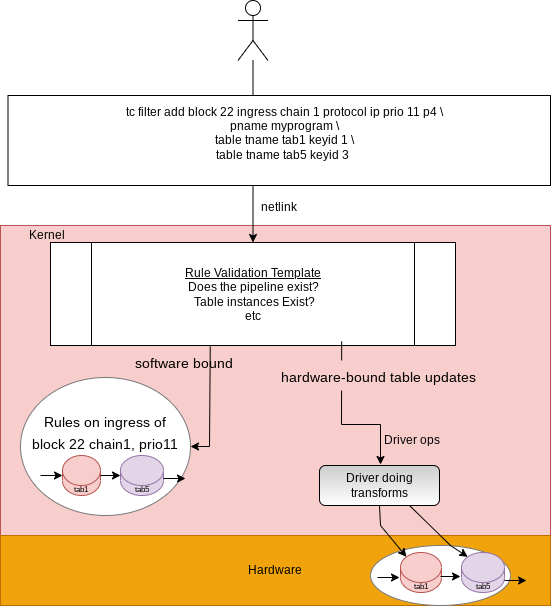
Above: images/why-p4tc/p4tc-runtime-pipeline.png in p4tc-dev/docs (draw.io), before the change. Source tidied: cells renumbered, new cells last; positions are measured from the earlier drawing's top-left corner, leaving out a move shared by most shapes. The source it was exported from:
```xml
<mxGraphModel>
  <root>
    <mxCell id="0" />
    <mxCell id="1" parent="0" />
    <mxCell id="2" style="rounded=0;whiteSpace=wrap;html=1;strokeColor=#b85450;fillColor=#f8cecc;" parent="1" vertex="1">
      <mxGeometry y="225" width="550" height="310" as="geometry" />
    </mxCell>
    <mxCell id="3" style="edgeStyle=orthogonalEdgeStyle;rounded=0;jettySize=auto;html=1;entryX=0.5;entryY=0;entryDx=0;entryDy=0;" parent="1" edge="1" source="4" target="5">
      <mxGeometry relative="1" as="geometry">
        <Array as="points">
          <mxPoint x="253" y="30" />
          <mxPoint x="253" y="151" />
        </Array>
      </mxGeometry>
    </mxCell>
    <mxCell id="4" style="shape=umlActor;verticalLabelPosition=bottom;verticalAlign=top;html=1;outlineConnect=0;" parent="1" vertex="1">
      <mxGeometry x="237.5" width="30" height="60" as="geometry" />
    </mxCell>
    <mxCell id="5" value="&lt;u&gt;Rule Validation Template&lt;br&gt;&lt;/u&gt;Does the pipeline exist?&lt;br&gt;&amp;nbsp;Table instances Exist?&lt;br&gt;etc" style="shape=process;whiteSpace=wrap;html=1;backgroundOutline=1;" parent="1" vertex="1">
      <mxGeometry x="50" y="242" width="405" height="103" as="geometry" />
    </mxCell>
    <mxCell id="6" value="&lt;div&gt;&amp;nbsp; &amp;nbsp;tc filter add block 22 ingress chain 1 protocol ip prio 11 p4 \&lt;/div&gt;&lt;div&gt;&amp;nbsp; &amp;nbsp;pname myprogram \&lt;/div&gt;&lt;div&gt;&amp;nbsp; &amp;nbsp;table tname tab1 keyid 1 \&lt;/div&gt;&lt;div&gt;&amp;nbsp; &amp;nbsp;table tname tab5 keyid 3&amp;nbsp;&lt;/div&gt;&lt;div&gt;&lt;br&gt;&lt;/div&gt;" style="text;html=1;strokeColor=default;fillColor=default;align=center;verticalAlign=middle;whiteSpace=wrap;rounded=0;" parent="1" vertex="1">
      <mxGeometry x="7.5" y="95" width="542.5" height="90" as="geometry" />
    </mxCell>
    <mxCell id="7" style="rounded=0;jettySize=auto;html=1;entryX=0.5;entryY=0;entryDx=0;entryDy=0;exitX=0.719;exitY=0.961;exitDx=0;exitDy=0;exitPerimeter=0;" parent="1" edge="1" source="5">
      <mxGeometry relative="1" as="geometry">
        <mxPoint x="380" y="464" as="targetPoint" />
        <Array as="points">
          <mxPoint x="341" y="424" />
          <mxPoint x="380" y="424" />
        </Array>
      </mxGeometry>
    </mxCell>
    <mxCell id="8" value="Driver doing&lt;br&gt;transforms" style="rounded=1;whiteSpace=wrap;html=1;strokeColor=default;fillColor=#CCCCCC;gradientColor=#ffffff;" parent="1" vertex="1">
      <mxGeometry x="319" y="465" width="120" height="40" as="geometry" />
    </mxCell>
    <mxCell id="9" value="netlink" style="text;html=1;align=center;verticalAlign=middle;strokeColor=none;fillColor=none;" parent="1" vertex="1">
      <mxGeometry x="253" y="197" width="50" height="20" as="geometry" />
    </mxCell>
    <mxCell id="10" value="Kernel" style="text;html=1;align=center;verticalAlign=middle;strokeColor=none;fillColor=none;" parent="1" vertex="1">
      <mxGeometry x="21" y="225" width="50" height="20" as="geometry" />
    </mxCell>
    <mxCell id="11" value="Hardware" style="rounded=0;whiteSpace=wrap;html=1;strokeColor=#BD7000;fillColor=#f0a30a;fontColor=#000000;" parent="1" vertex="1">
      <mxGeometry y="535" width="550" height="70" as="geometry" />
    </mxCell>
    <mxCell id="12" value="Driver ops&lt;span style=&quot;color: rgba(0 , 0 , 0 , 0) ; font-family: monospace ; font-size: 0px&quot;&gt;%3CmxGraphModel%3E%3Croot%3E%3CmxCell%20id%3D%220%22%2F%3E%3CmxCell%20id%3D%221%22%20parent%3D%220%22%2F%3E%3CmxCell%20id%3D%222%22%20value%3D%22%22%20style%3D%22rounded%3D0%3BwhiteSpace%3Dwrap%3Bhtml%3D1%3BstrokeColor%3D%23b85450%3BfillColor%3D%23f8cecc%3B%22%20vertex%3D%221%22%20parent%3D%221%22%3E%3CmxGeometry%20x%3D%22-380%22%20y%3D%22310%22%20width%3D%22300%22%20height%3D%22290%22%20as%3D%22geometry%22%2F%3E%3C%2FmxCell%3E%3C%2Froot%3E%3C%2FmxGraphModel%3E&lt;/span&gt;" style="text;html=1;strokeColor=none;fillColor=none;align=center;verticalAlign=middle;whiteSpace=wrap;rounded=0;" parent="1" vertex="1">
      <mxGeometry x="382" y="425" width="60" height="30" as="geometry" />
    </mxCell>
    <mxCell id="13" value="&lt;font style=&quot;font-size: 14px&quot;&gt;hardware-bound table updates&amp;nbsp;&lt;/font&gt;" style="text;html=1;strokeColor=none;fillColor=#f8cecc;align=center;verticalAlign=middle;whiteSpace=wrap;rounded=0;fontSize=18;" parent="1" vertex="1">
      <mxGeometry x="270" y="360" width="220" height="30" as="geometry" />
    </mxCell>
    <mxCell id="14" value="&lt;font style=&quot;font-size: 14px&quot;&gt;software bound&lt;/font&gt;" style="text;html=1;strokeColor=none;fillColor=#f8cecc;align=center;verticalAlign=middle;whiteSpace=wrap;rounded=0;fontSize=18;" parent="1" vertex="1">
      <mxGeometry x="131" y="346" width="105" height="30" as="geometry" />
    </mxCell>
    <mxCell id="15" style="ellipse;whiteSpace=wrap;html=1;labelBackgroundColor=#FF3333;fontSize=48;strokeColor=#787878;" parent="1" vertex="1">
      <mxGeometry x="20" y="377" width="170" height="138" as="geometry" />
    </mxCell>
    <mxCell id="16" style="endArrow=classic;html=1;rounded=0;fontSize=48;exitX=0.75;exitY=0;exitDx=0;exitDy=0;entryX=1;entryY=0.5;entryDx=0;entryDy=0;" parent="1" edge="1" source="14" target="15">
      <mxGeometry relative="1" as="geometry">
        <Array as="points">
          <mxPoint x="209" y="446" />
        </Array>
      </mxGeometry>
    </mxCell>
    <mxCell id="17" value="&lt;font style=&quot;font-size: 14px&quot;&gt;Rules on ingress of block 22 chain1, prio11&lt;/font&gt;" style="text;html=1;strokeColor=none;fillColor=none;align=center;verticalAlign=middle;whiteSpace=wrap;rounded=0;labelBackgroundColor=none;fontSize=18;fontColor=default;" parent="1" vertex="1">
      <mxGeometry x="30" y="416" width="150" height="30" as="geometry" />
    </mxCell>
    <mxCell id="18" style="ellipse;whiteSpace=wrap;html=1;labelBackgroundColor=#FF3333;fontSize=48;strokeColor=#787878;" parent="1" vertex="1">
      <mxGeometry x="370" y="545" width="140" height="60" as="geometry" />
    </mxCell>
    <mxCell id="19" value="&lt;font style=&quot;font-size: 8px&quot;&gt;tab1&lt;/font&gt;" style="shape=cylinder3;whiteSpace=wrap;html=1;boundedLbl=1;backgroundOutline=1;size=15;fillColor=#f8cecc;strokeColor=#b85450;" parent="1" vertex="1">
      <mxGeometry x="62" y="455" width="38" height="40" as="geometry" />
    </mxCell>
    <mxCell id="20" style="rounded=0;jettySize=auto;html=1;entryX=0;entryY=0.5;entryDx=0;entryDy=0;entryPerimeter=0;" parent="1" edge="1" target="19">
      <mxGeometry relative="1" as="geometry">
        <mxPoint x="40" y="475" as="sourcePoint" />
      </mxGeometry>
    </mxCell>
    <mxCell id="21" value="&lt;font style=&quot;font-size: 8px&quot;&gt;tab5&lt;/font&gt;" style="shape=cylinder3;whiteSpace=wrap;html=1;boundedLbl=1;backgroundOutline=1;size=15;fillColor=#e1d5e7;strokeColor=#9673a6;" parent="1" vertex="1">
      <mxGeometry x="120" y="455" width="43" height="40" as="geometry" />
    </mxCell>
    <mxCell id="22" style="rounded=0;jettySize=auto;html=1;exitX=1;exitY=0.5;exitDx=0;exitDy=0;exitPerimeter=0;entryX=0;entryY=0.5;entryDx=0;entryDy=0;entryPerimeter=0;" parent="1" edge="1" source="19" target="21">
      <mxGeometry relative="1" as="geometry" />
    </mxCell>
    <mxCell id="23" value="&lt;font style=&quot;font-size: 8px&quot;&gt;tab1&lt;/font&gt;" style="shape=cylinder3;whiteSpace=wrap;html=1;boundedLbl=1;backgroundOutline=1;size=15;fillColor=#f8cecc;strokeColor=#b85450;" parent="1" vertex="1">
      <mxGeometry x="400" y="552" width="41" height="40" as="geometry" />
    </mxCell>
    <mxCell id="24" value="&lt;font style=&quot;font-size: 8px&quot;&gt;tab5&lt;/font&gt;" style="shape=cylinder3;whiteSpace=wrap;html=1;boundedLbl=1;backgroundOutline=1;size=15;fillColor=#e1d5e7;strokeColor=#9673a6;" parent="1" vertex="1">
      <mxGeometry x="461" y="552" width="43" height="40" as="geometry" />
    </mxCell>
    <mxCell id="25" style="rounded=0;orthogonalLoop=1;jettySize=auto;html=1;exitX=1;exitY=0.5;exitDx=0;exitDy=0;exitPerimeter=0;" parent="1" edge="1">
      <mxGeometry relative="1" as="geometry">
        <mxPoint x="440" y="576" as="sourcePoint" />
        <mxPoint x="460" y="576" as="targetPoint" />
      </mxGeometry>
    </mxCell>
    <mxCell id="26" style="endArrow=classic;html=1;rounded=0;exitX=0.75;exitY=1;exitDx=0;exitDy=0;entryX=0.145;entryY=0;entryDx=0;entryDy=4.35;entryPerimeter=0;" parent="1" edge="1" source="8" target="24">
      <mxGeometry relative="1" as="geometry">
        <Array as="points">
          <mxPoint x="450" y="545" />
        </Array>
      </mxGeometry>
    </mxCell>
    <mxCell id="27" style="endArrow=classic;html=1;rounded=0;exitX=0.5;exitY=1;exitDx=0;exitDy=0;entryX=0.145;entryY=0;entryDx=0;entryDy=4.35;entryPerimeter=0;" parent="1" edge="1" source="8" target="23">
      <mxGeometry relative="1" as="geometry">
        <Array as="points">
          <mxPoint x="380" y="525" />
        </Array>
      </mxGeometry>
    </mxCell>
    <mxCell id="28" style="rounded=0;orthogonalLoop=1;jettySize=auto;html=1;entryX=0;entryY=0.5;entryDx=0;entryDy=0;entryPerimeter=0;" parent="1" edge="1">
      <mxGeometry relative="1" as="geometry">
        <mxPoint x="163" y="478" as="sourcePoint" />
        <mxPoint x="185" y="478" as="targetPoint" />
      </mxGeometry>
    </mxCell>
    <mxCell id="29" style="rounded=0;orthogonalLoop=1;jettySize=auto;html=1;entryX=0;entryY=0.5;entryDx=0;entryDy=0;entryPerimeter=0;" parent="1" edge="1">
      <mxGeometry relative="1" as="geometry">
        <mxPoint x="377" y="577" as="sourcePoint" />
        <mxPoint x="399" y="577" as="targetPoint" />
      </mxGeometry>
    </mxCell>
    <mxCell id="30" style="rounded=0;orthogonalLoop=1;jettySize=auto;html=1;entryX=0;entryY=0.5;entryDx=0;entryDy=0;entryPerimeter=0;" parent="1" edge="1">
      <mxGeometry relative="1" as="geometry">
        <mxPoint x="504" y="580" as="sourcePoint" />
        <mxPoint x="526" y="580" as="targetPoint" />
      </mxGeometry>
    </mxCell>
  </root>
</mxGraphModel>
```
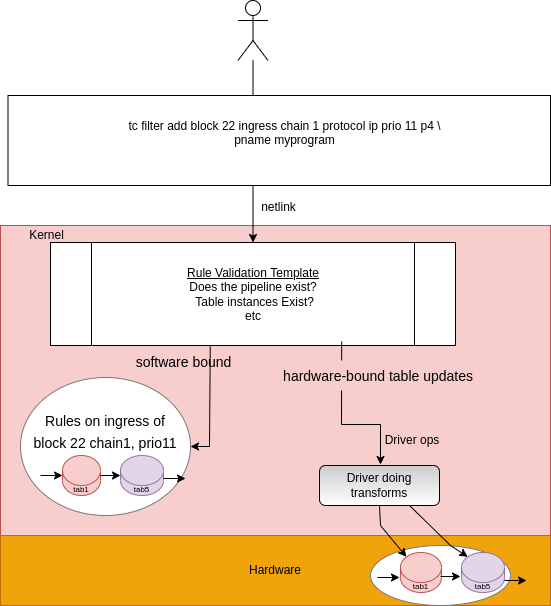
Above is the later version.

Commit message:
Fixup intro document

- fixup the program instantiation diagram
- Add some blurb on introspection

Change to the diagram source:
```diff
@@ -19,7 +19,7 @@
     <mxCell id="5" value="&lt;u&gt;Rule Validation Template&lt;br&gt;&lt;/u&gt;Does the pipeline exist?&lt;br&gt;&amp;nbsp;Table instances Exist?&lt;br&gt;etc" style="shape=process;whiteSpace=wrap;html=1;backgroundOutline=1;" parent="1" vertex="1">
       <mxGeometry x="50" y="242" width="405" height="103" as="geometry" />
     </mxCell>
-    <mxCell id="6" value="&lt;div&gt;&amp;nbsp; &amp;nbsp;tc filter add block 22 ingress chain 1 protocol ip prio 11 p4 \&lt;/div&gt;&lt;div&gt;&amp;nbsp; &amp;nbsp;pname myprogram \&lt;/div&gt;&lt;div&gt;&amp;nbsp; &amp;nbsp;table tname tab1 keyid 1 \&lt;/div&gt;&lt;div&gt;&amp;nbsp; &amp;nbsp;table tname tab5 keyid 3&amp;nbsp;&lt;/div&gt;&lt;div&gt;&lt;br&gt;&lt;/div&gt;" style="text;html=1;strokeColor=default;fillColor=default;align=center;verticalAlign=middle;whiteSpace=wrap;rounded=0;" parent="1" vertex="1">
+    <mxCell id="6" value="&lt;div&gt;&amp;nbsp; &amp;nbsp;tc filter add block 22 ingress chain 1 protocol ip prio 11 p4 \&lt;/div&gt;&lt;div&gt;&amp;nbsp; &amp;nbsp;pname myprogram&lt;/div&gt;&lt;div&gt;&lt;br&gt;&lt;/div&gt;" style="text;html=1;strokeColor=default;fillColor=default;align=center;verticalAlign=middle;whiteSpace=wrap;rounded=0;" parent="1" vertex="1">
       <mxGeometry x="7.5" y="95" width="542.5" height="90" as="geometry" />
     </mxCell>
     <mxCell id="7" style="rounded=0;jettySize=auto;html=1;entryX=0.5;entryY=0;entryDx=0;entryDy=0;exitX=0.719;exitY=0.961;exitDx=0;exitDy=0;exitPerimeter=0;" parent="1" edge="1" source="5">
```
